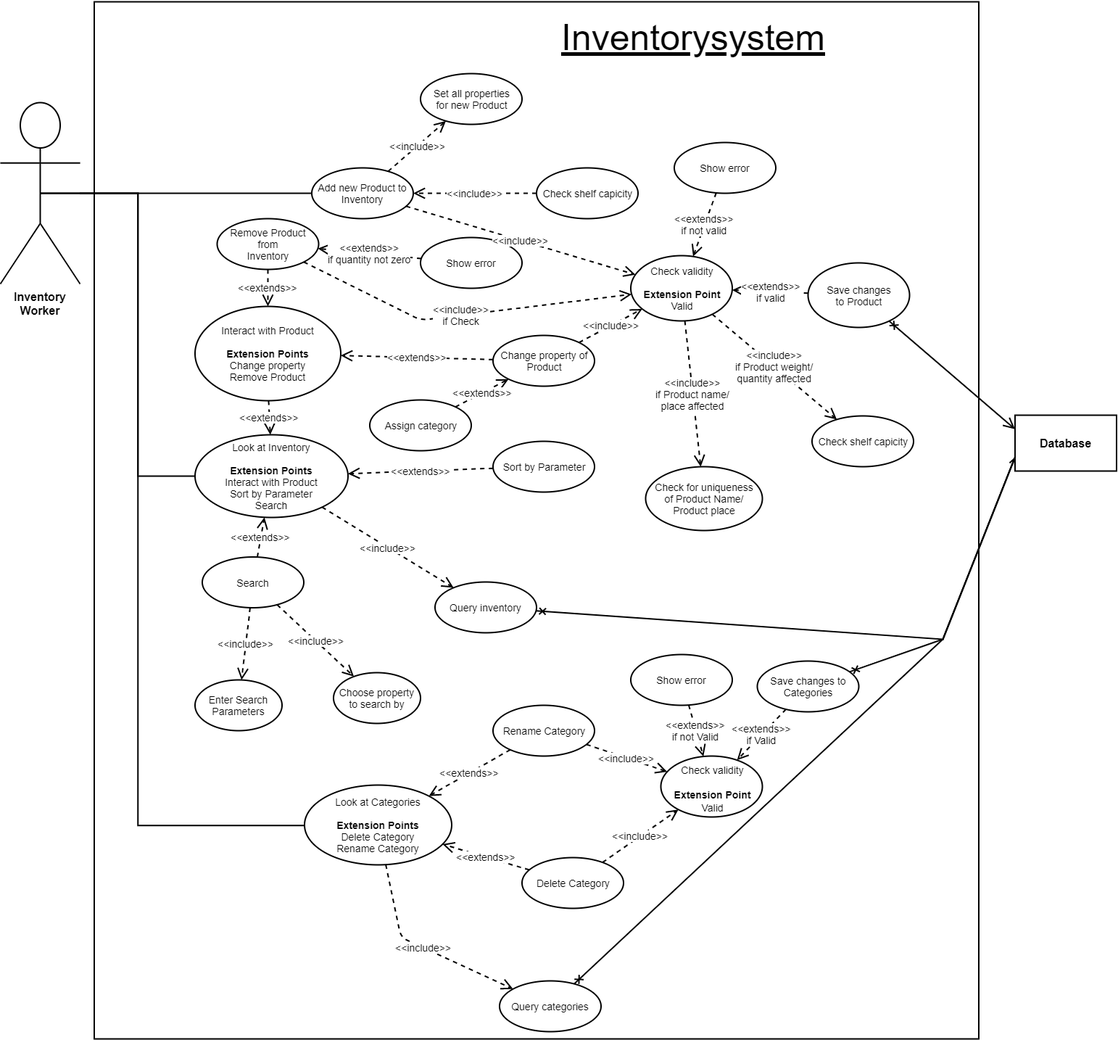
The draw.io diagram dev/models/Use_Case.png in callidaria/pen-testing, before a commit. Source tidied: cells renumbered, new cells last; positions are measured from the earlier drawing's top-left corner, leaving out a move shared by most shapes.
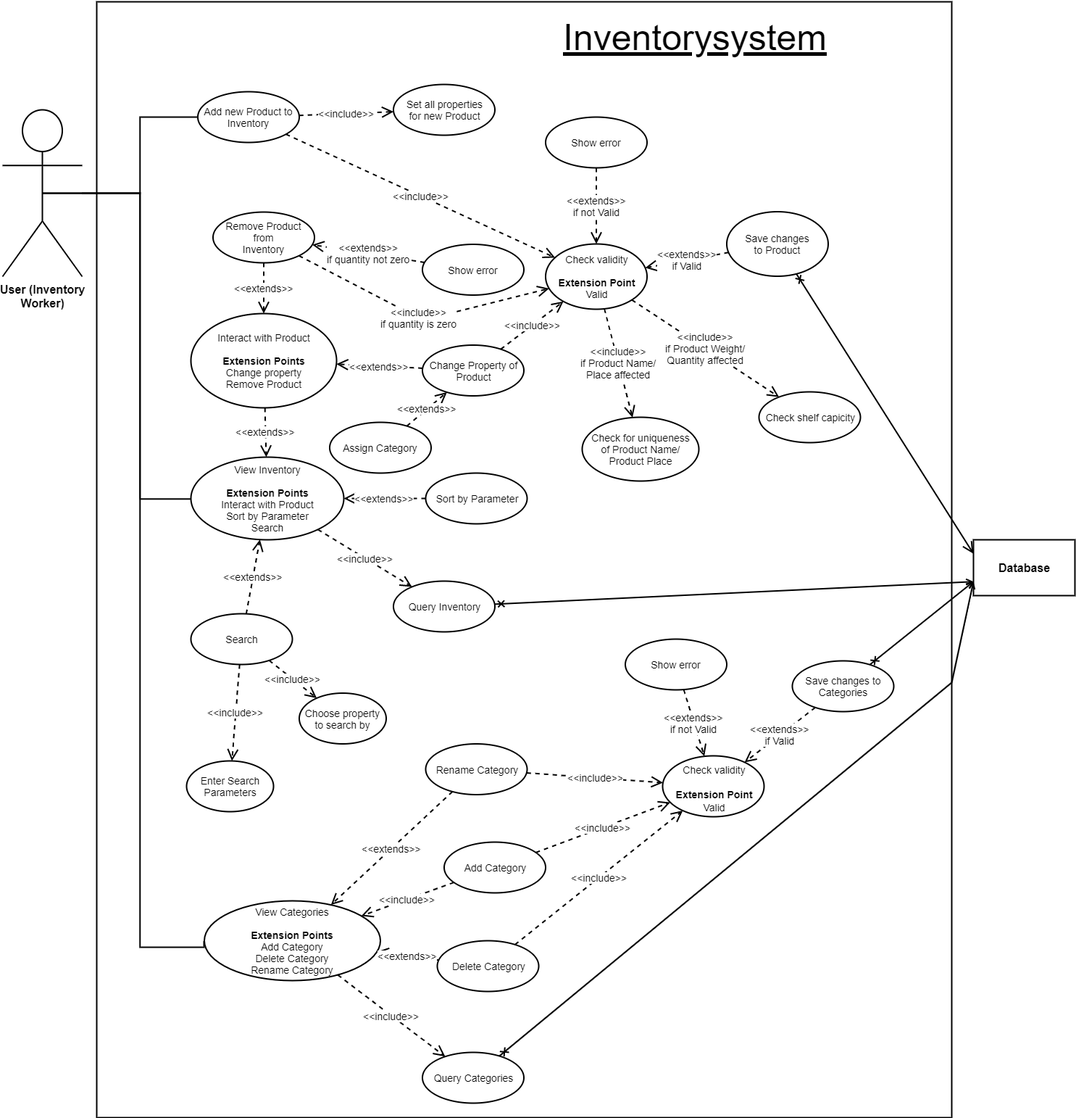
Above is the later version.

Diff of the diagram source:
```diff
@@ -5,3 +5,3 @@
     <mxCell id="2" value="&lt;font style=&quot;font-size: 14px&quot;&gt;" style="rounded=0;whiteSpace=wrap;html=1;strokeWidth=2;" parent="1" vertex="1">
-      <mxGeometry x="129.5" y="1" width="1220" height="1430" as="geometry" />
+      <mxGeometry x="130" y="1" width="1180" height="1539" as="geometry" />
     </mxCell>
@@ -11,3 +11,8 @@
     <mxCell id="4" style="edgeStyle=orthogonalEdgeStyle;rounded=0;jettySize=auto;html=1;entryX=0;entryY=0.5;entryDx=0;entryDy=0;endArrow=none;endFill=0;strokeWidth=2;" parent="1" edge="1" source="6" target="15">
-      <mxGeometry relative="1" as="geometry" />
+      <mxGeometry relative="1" as="geometry">
+        <Array as="points">
+          <mxPoint x="190" y="265" />
+          <mxPoint x="190" y="686" />
+        </Array>
+      </mxGeometry>
     </mxCell>
@@ -16,3 +21,4 @@
         <Array as="points">
-          <mxPoint x="189.5" y="1136" />
+          <mxPoint x="190" y="265" />
+          <mxPoint x="190" y="1305" />
         </Array>
@@ -20,19 +26,13 @@
     </mxCell>
-    <mxCell id="6" value="&lt;font style=&quot;font-size: 16px&quot;&gt;&lt;b&gt;Inventory&lt;br&gt;Worker&lt;/b&gt;&lt;/font&gt;" style="shape=umlActor;verticalLabelPosition=bottom;labelBackgroundColor=#ffffff;verticalAlign=top;html=1;outlineConnect=0;strokeWidth=2;" parent="1" vertex="1">
-      <mxGeometry y="140" width="110" height="250" as="geometry" />
+    <mxCell id="6" value="&lt;font style=&quot;font-size: 16px&quot;&gt;&lt;b&gt;User (Inventory&lt;br&gt;Worker)&lt;/b&gt;&lt;/font&gt;" style="shape=umlActor;verticalLabelPosition=bottom;labelBackgroundColor=#ffffff;verticalAlign=top;html=1;outlineConnect=0;strokeWidth=2;" parent="1" vertex="1">
+      <mxGeometry y="150" width="110" height="230" as="geometry" />
     </mxCell>
     <mxCell id="7" value="&lt;font style=&quot;font-size: 14px&quot;&gt;Add new Product to&lt;br&gt;Inventory&lt;/font&gt;" style="ellipse;whiteSpace=wrap;html=1;strokeWidth=2;" parent="1" vertex="1">
-      <mxGeometry x="429.5" y="230" width="140" height="70" as="geometry" />
+      <mxGeometry x="269.5" y="125" width="140" height="70" as="geometry" />
     </mxCell>
     <mxCell id="8" value="&lt;font style=&quot;font-size: 14px&quot;&gt;Set all properties&lt;br&gt;for new Product" style="ellipse;whiteSpace=wrap;html=1;strokeWidth=2;" parent="1" vertex="1">
-      <mxGeometry x="579.5" y="100" width="140" height="70" as="geometry" />
+      <mxGeometry x="539.5" y="115" width="140" height="70" as="geometry" />
     </mxCell>
-    <mxCell id="9" value="&lt;font style=&quot;font-size: 14px&quot;&gt;&amp;lt;&amp;lt;include&amp;gt;&amp;gt;" style="endArrow=open;endSize=12;dashed=1;html=1;strokeWidth=2;" parent="1" edge="1" source="10" target="7">
-      <mxGeometry relative="1" as="geometry" />
-    </mxCell>
-    <mxCell id="10" value="&lt;font style=&quot;font-size: 14px&quot;&gt;Check shelf capicity" style="ellipse;whiteSpace=wrap;html=1;strokeWidth=2;" parent="1" vertex="1">
-      <mxGeometry x="739.5" y="230" width="140" height="70" as="geometry" />
-    </mxCell>
     <mxCell id="11" value="&lt;font style=&quot;font-size: 14px&quot;&gt;Remove Product from&lt;br&gt;Inventory" style="ellipse;whiteSpace=wrap;html=1;strokeWidth=2;" parent="1" vertex="1">
-      <mxGeometry x="299" y="300" width="140" height="70" as="geometry" />
+      <mxGeometry x="290.5" y="291" width="140" height="70" as="geometry" />
     </mxCell>
@@ -42,12 +42,12 @@
     <mxCell id="13" value="&lt;font style=&quot;font-size: 14px&quot;&gt;Show error" style="ellipse;whiteSpace=wrap;html=1;strokeWidth=2;" parent="1" vertex="1">
-      <mxGeometry x="579.5" y="326" width="140" height="70" as="geometry" />
+      <mxGeometry x="579.5" y="335.5" width="140" height="70" as="geometry" />
     </mxCell>
     <mxCell id="14" value="&lt;font style=&quot;font-size: 14px&quot;&gt;Search" style="ellipse;whiteSpace=wrap;html=1;strokeWidth=2;" parent="1" vertex="1">
-      <mxGeometry x="278.5" y="766.5" width="140" height="70" as="geometry" />
+      <mxGeometry x="260" y="845" width="140" height="70" as="geometry" />
     </mxCell>
-    <mxCell id="15" value="&lt;font style=&quot;font-size: 14px&quot;&gt;Look at Inventory&lt;br&gt;&lt;br&gt;&lt;b&gt;Extension Points&lt;/b&gt;&lt;br&gt;Interact with Product&lt;br&gt;Sort by Parameter&lt;br&gt;Search" style="ellipse;whiteSpace=wrap;html=1;strokeWidth=2;" parent="1" vertex="1">
-      <mxGeometry x="268.5" y="598" width="211" height="114" as="geometry" />
+    <mxCell id="15" value="&lt;font style=&quot;font-size: 14px&quot;&gt;View Inventory&lt;br&gt;&lt;br&gt;&lt;b&gt;Extension Points&lt;/b&gt;&lt;br&gt;Interact with Product&lt;br&gt;Sort by Parameter&lt;br&gt;Search&lt;/font&gt;" style="ellipse;whiteSpace=wrap;html=1;strokeWidth=2;" parent="1" vertex="1">
+      <mxGeometry x="260" y="629" width="211" height="114" as="geometry" />
     </mxCell>
     <mxCell id="16" value="&lt;font style=&quot;font-size: 14px&quot;&gt;Interact with Product&lt;br&gt;&lt;br&gt;&lt;b&gt;Extension Points&lt;/b&gt;&lt;br&gt;Change property&lt;br&gt;Remove Product" style="ellipse;whiteSpace=wrap;html=1;strokeWidth=2;" parent="1" vertex="1">
-      <mxGeometry x="268.5" y="421" width="201" height="130" as="geometry" />
+      <mxGeometry x="260" y="431" width="201" height="130" as="geometry" />
     </mxCell>
@@ -60,3 +60,3 @@
     <mxCell id="19" value="&lt;font style=&quot;font-size: 14px&quot;&gt;Enter Search Parameters" style="ellipse;whiteSpace=wrap;html=1;strokeWidth=2;" parent="1" vertex="1">
-      <mxGeometry x="268.5" y="936" width="120" height="70" as="geometry" />
+      <mxGeometry x="254" y="1048" width="120" height="70" as="geometry" />
     </mxCell>
@@ -66,9 +66,9 @@
     <mxCell id="21" value="&lt;font style=&quot;font-size: 14px&quot;&gt;Choose property to search by" style="ellipse;whiteSpace=wrap;html=1;strokeWidth=2;" parent="1" vertex="1">
-      <mxGeometry x="459.5" y="926" width="120" height="70" as="geometry" />
+      <mxGeometry x="409.5" y="954.5" width="120" height="70" as="geometry" />
     </mxCell>
-    <mxCell id="22" value="&lt;font style=&quot;font-size: 14px&quot;&gt;Change property of&lt;br&gt;Product" style="ellipse;whiteSpace=wrap;html=1;strokeWidth=2;" parent="1" vertex="1">
-      <mxGeometry x="679.5" y="461" width="140" height="70" as="geometry" />
+    <mxCell id="22" value="&lt;font style=&quot;font-size: 14px&quot;&gt;Change Property of&lt;br&gt;Product&lt;/font&gt;" style="ellipse;whiteSpace=wrap;html=1;strokeWidth=2;" parent="1" vertex="1">
+      <mxGeometry x="579.5" y="474.5" width="140" height="70" as="geometry" />
     </mxCell>
     <mxCell id="23" value="&lt;font style=&quot;font-size: 14px&quot;&gt;Sort by Parameter" style="ellipse;whiteSpace=wrap;html=1;strokeWidth=2;" parent="1" vertex="1">
-      <mxGeometry x="679.5" y="607" width="140" height="70" as="geometry" />
+      <mxGeometry x="584" y="651" width="140" height="70" as="geometry" />
     </mxCell>
@@ -83,3 +83,3 @@
     </mxCell>
-    <mxCell id="27" value="&lt;font style=&quot;font-size: 14px&quot;&gt;&amp;lt;&amp;lt;extends&amp;gt;&amp;gt;&lt;br&gt;if valid" style="endArrow=open;endSize=12;dashed=1;html=1;strokeWidth=2;" parent="1" edge="1" source="30" target="28">
+    <mxCell id="27" value="&lt;font style=&quot;font-size: 14px&quot;&gt;&amp;lt;&amp;lt;extends&amp;gt;&amp;gt;&lt;br&gt;if Valid&lt;/font&gt;" style="endArrow=open;endSize=12;dashed=1;html=1;strokeWidth=2;" parent="1" edge="1" source="30" target="28">
       <mxGeometry relative="1" as="geometry" />
@@ -87,3 +87,3 @@
     <mxCell id="28" value="&lt;font style=&quot;font-size: 14px&quot;&gt;Check validity&lt;br&gt;&lt;br&gt;&lt;b&gt;Extension Point&lt;/b&gt;&lt;br&gt;Valid" style="ellipse;whiteSpace=wrap;html=1;strokeWidth=2;" parent="1" vertex="1">
-      <mxGeometry x="869.5" y="351" width="140" height="90" as="geometry" />
+      <mxGeometry x="749.5" y="335" width="140" height="90" as="geometry" />
     </mxCell>
@@ -93,3 +93,3 @@
     <mxCell id="30" value="&lt;font style=&quot;font-size: 14px&quot;&gt;Save changes&lt;br&gt;to Product" style="ellipse;whiteSpace=wrap;html=1;strokeWidth=2;" parent="1" vertex="1">
-      <mxGeometry x="1114" y="361" width="140" height="89" as="geometry" />
+      <mxGeometry x="999.5" y="290.5" width="140" height="89" as="geometry" />
     </mxCell>
@@ -98,6 +98,6 @@
     </mxCell>
-    <mxCell id="32" value="&lt;font style=&quot;font-size: 14px&quot;&gt;Check for uniqueness&lt;br&gt;of Product Name/ Product place" style="ellipse;whiteSpace=wrap;html=1;strokeWidth=2;" parent="1" vertex="1">
-      <mxGeometry x="890" y="642" width="161" height="88" as="geometry" />
+    <mxCell id="32" value="&lt;font style=&quot;font-size: 14px&quot;&gt;Check for uniqueness&lt;br&gt;of Product Name/ Product Place&lt;/font&gt;" style="ellipse;whiteSpace=wrap;html=1;strokeWidth=2;" parent="1" vertex="1">
+      <mxGeometry x="800" y="574" width="161" height="88" as="geometry" />
     </mxCell>
-    <mxCell id="33" value="&lt;font style=&quot;font-size: 14px&quot;&gt;&amp;lt;&amp;lt;include&amp;gt;&amp;gt;&lt;br&gt;if Product name/&lt;br&gt;place affected" style="endArrow=open;endSize=12;dashed=1;html=1;strokeWidth=2;" parent="1" edge="1" source="28" target="32">
+    <mxCell id="33" value="&lt;font style=&quot;font-size: 14px&quot;&gt;&amp;lt;&amp;lt;include&amp;gt;&amp;gt;&lt;br&gt;if Product Name/&lt;br&gt;Place affected&lt;/font&gt;" style="endArrow=open;endSize=12;dashed=1;html=1;strokeWidth=2;" parent="1" edge="1" source="28" target="32">
       <mxGeometry relative="1" as="geometry" />
@@ -105,5 +105,5 @@
     <mxCell id="34" value="&lt;font style=&quot;font-size: 14px&quot;&gt;Check shelf capicity" style="ellipse;whiteSpace=wrap;html=1;strokeWidth=2;" parent="1" vertex="1">
-      <mxGeometry x="1119.5" y="572" width="140" height="70" as="geometry" />
+      <mxGeometry x="1044" y="539" width="140" height="70" as="geometry" />
     </mxCell>
-    <mxCell id="35" value="&lt;font style=&quot;font-size: 14px&quot;&gt;&amp;lt;&amp;lt;include&amp;gt;&amp;gt;&lt;br&gt;if Product weight/&lt;br&gt;quantity affected" style="endArrow=open;endSize=12;dashed=1;html=1;strokeWidth=2;" parent="1" edge="1" source="28" target="34">
+    <mxCell id="35" value="&lt;font style=&quot;font-size: 14px&quot;&gt;&amp;lt;&amp;lt;include&amp;gt;&amp;gt;&lt;br&gt;if Product Weight/&lt;br&gt;Quantity affected&lt;/font&gt;" style="endArrow=open;endSize=12;dashed=1;html=1;strokeWidth=2;" parent="1" edge="1" source="28" target="34">
       <mxGeometry relative="1" as="geometry" />
@@ -111,16 +111,12 @@
     <mxCell id="36" value="&lt;font style=&quot;font-size: 14px&quot;&gt;Show error" style="ellipse;whiteSpace=wrap;html=1;strokeWidth=2;" parent="1" vertex="1">
-      <mxGeometry x="929.5" y="195" width="140" height="70" as="geometry" />
+      <mxGeometry x="749.5" y="160" width="140" height="70" as="geometry" />
     </mxCell>
-    <mxCell id="37" value="&lt;font style=&quot;font-size: 14px&quot;&gt;&amp;lt;&amp;lt;extends&amp;gt;&amp;gt;&lt;br&gt;if not valid" style="endArrow=open;endSize=12;dashed=1;html=1;strokeWidth=2;" parent="1" edge="1" source="36" target="28">
+    <mxCell id="37" value="&lt;font style=&quot;font-size: 14px&quot;&gt;&amp;lt;&amp;lt;extends&amp;gt;&amp;gt;&lt;br&gt;if not Valid&lt;/font&gt;" style="endArrow=open;endSize=12;dashed=1;html=1;strokeWidth=2;" parent="1" edge="1" source="36" target="28">
       <mxGeometry relative="1" as="geometry" />
     </mxCell>
-    <mxCell id="38" style="edgeStyle=none;rounded=0;jettySize=auto;html=1;startArrow=cross;startFill=0;endArrow=none;endFill=0;strokeWidth=2;entryX=0;entryY=0.75;entryDx=0;entryDy=0;" parent="1" edge="1" source="41" target="39">
-      <mxGeometry relative="1" as="geometry">
-        <Array as="points">
-          <mxPoint x="1300" y="880" />
-        </Array>
-      </mxGeometry>
+    <mxCell id="38" style="edgeStyle=none;rounded=0;jettySize=auto;html=1;startArrow=cross;startFill=0;endArrow=open;endFill=0;strokeWidth=2;entryX=0;entryY=0.75;entryDx=0;entryDy=0;" parent="1" edge="1" source="41" target="39">
+      <mxGeometry relative="1" as="geometry" />
     </mxCell>
     <mxCell id="39" value="&lt;font style=&quot;font-size: 16px&quot;&gt;&lt;b&gt;Database&lt;/b&gt;&lt;/font&gt;" style="html=1;strokeWidth=2;" parent="1" vertex="1">
-      <mxGeometry x="1399.5" y="571" width="140" height="77" as="geometry" />
+      <mxGeometry x="1340" y="743" width="140" height="77" as="geometry" />
     </mxCell>
@@ -129,4 +125,4 @@
     </mxCell>
-    <mxCell id="41" value="&lt;font style=&quot;font-size: 14px&quot;&gt;Query inventory" style="ellipse;whiteSpace=wrap;html=1;strokeWidth=2;" parent="1" vertex="1">
-      <mxGeometry x="599.5" y="801" width="140" height="70" as="geometry" />
+    <mxCell id="41" value="&lt;font style=&quot;font-size: 14px&quot;&gt;Query Inventory&lt;/font&gt;" style="ellipse;whiteSpace=wrap;html=1;strokeWidth=2;" parent="1" vertex="1">
+      <mxGeometry x="539.5" y="800" width="140" height="70" as="geometry" />
     </mxCell>
@@ -138,10 +134,10 @@
     </mxCell>
-    <mxCell id="44" value="&lt;font style=&quot;font-size: 14px&quot;&gt;Look at Categories&lt;br&gt;&lt;br&gt;&lt;b&gt;Extension Points&lt;br&gt;&lt;/b&gt;Delete Category&lt;br&gt;Rename Category" style="ellipse;whiteSpace=wrap;html=1;strokeWidth=2;" parent="1" vertex="1">
-      <mxGeometry x="419.5" y="1081" width="203" height="110" as="geometry" />
+    <mxCell id="44" value="&lt;font style=&quot;font-size: 14px&quot;&gt;View Categories&lt;br&gt;&lt;br&gt;&lt;b&gt;Extension Points&lt;/b&gt;&lt;br&gt;Add Category&lt;br&gt;Delete Category&lt;br&gt;Rename Category&lt;/font&gt;" style="ellipse;whiteSpace=wrap;html=1;strokeWidth=2;" parent="1" vertex="1">
+      <mxGeometry x="278.5" y="1241" width="243" height="110" as="geometry" />
     </mxCell>
     <mxCell id="45" value="&lt;font style=&quot;font-size: 14px&quot;&gt;Rename Category" style="ellipse;whiteSpace=wrap;html=1;strokeWidth=2;" parent="1" vertex="1">
-      <mxGeometry x="679.5" y="971" width="140" height="70" as="geometry" />
+      <mxGeometry x="584" y="1024.5" width="140" height="70" as="geometry" />
     </mxCell>
     <mxCell id="46" value="&lt;font style=&quot;font-size: 14px&quot;&gt;Delete Category" style="ellipse;whiteSpace=wrap;html=1;strokeWidth=2;" parent="1" vertex="1">
-      <mxGeometry x="719.5" y="1181" width="140" height="70" as="geometry" />
+      <mxGeometry x="600" y="1296" width="140" height="70" as="geometry" />
     </mxCell>
@@ -156,11 +152,7 @@
     </mxCell>
-    <mxCell id="50" value="&lt;font style=&quot;font-size: 14px&quot;&gt;Query categories" style="ellipse;whiteSpace=wrap;html=1;strokeWidth=2;" parent="1" vertex="1">
-      <mxGeometry x="688.5" y="1351" width="140" height="70" as="geometry" />
+    <mxCell id="50" value="&lt;font style=&quot;font-size: 14px&quot;&gt;Query Categories&lt;/font&gt;" style="ellipse;whiteSpace=wrap;html=1;strokeWidth=2;" parent="1" vertex="1">
+      <mxGeometry x="579.5" y="1450" width="140" height="70" as="geometry" />
     </mxCell>
     <mxCell id="51" value="&lt;font style=&quot;font-size: 14px&quot;&gt;&amp;lt;&amp;lt;include&amp;gt;&amp;gt;" style="endArrow=open;endSize=12;dashed=1;html=1;strokeWidth=2;" parent="1" edge="1" source="44" target="50">
-      <mxGeometry relative="1" as="geometry">
-        <Array as="points">
-          <mxPoint x="552.5" y="1291" />
-        </Array>
-      </mxGeometry>
+      <mxGeometry relative="1" as="geometry" />
     </mxCell>
@@ -172,6 +164,6 @@
     </mxCell>
-    <mxCell id="54" style="edgeStyle=none;rounded=0;jettySize=auto;html=1;startArrow=cross;startFill=0;endArrow=none;endFill=0;strokeWidth=2;entryX=0;entryY=0.75;entryDx=0;entryDy=0;" parent="1" edge="1" source="50" target="39">
+    <mxCell id="54" style="edgeStyle=none;rounded=0;jettySize=auto;html=1;startArrow=cross;startFill=0;endArrow=open;endFill=0;strokeWidth=2;entryX=0;entryY=0.75;entryDx=0;entryDy=0;" parent="1" edge="1" source="50" target="39">
       <mxGeometry relative="1" as="geometry">
         <Array as="points">
-          <mxPoint x="1300" y="880" />
+          <mxPoint x="1310" y="940" />
         </Array>
@@ -180,7 +172,3 @@
     <mxCell id="55" style="edgeStyle=none;rounded=0;jettySize=auto;html=1;startArrow=cross;startFill=0;endArrow=open;endFill=0;strokeWidth=2;entryX=0;entryY=0.75;entryDx=0;entryDy=0;" parent="1" edge="1" source="61" target="39">
-      <mxGeometry relative="1" as="geometry">
-        <Array as="points">
-          <mxPoint x="1300" y="880" />
-        </Array>
-      </mxGeometry>
+      <mxGeometry relative="1" as="geometry" />
     </mxCell>
@@ -192,3 +180,3 @@
     </mxCell>
-    <mxCell id="58" value="&lt;font style=&quot;font-size: 14px&quot;&gt;&amp;lt;&amp;lt;include&amp;gt;&amp;gt;&lt;br&gt;if Check" style="endArrow=open;endSize=12;dashed=1;html=1;strokeWidth=2;" parent="1" edge="1" source="11" target="28">
+    <mxCell id="58" value="&lt;font style=&quot;font-size: 14px&quot;&gt;&amp;lt;&amp;lt;include&amp;gt;&amp;gt;&lt;br&gt;if quantity is zero&lt;/font&gt;" style="endArrow=open;endSize=12;dashed=1;html=1;strokeWidth=2;" parent="1" edge="1" source="11" target="28">
       <mxGeometry relative="1" as="geometry">
@@ -199,4 +187,4 @@
     </mxCell>
-    <mxCell id="59" value="&lt;font style=&quot;font-size: 14px&quot;&gt;Assign category" style="ellipse;whiteSpace=wrap;html=1;strokeWidth=2;" parent="1" vertex="1">
-      <mxGeometry x="509.5" y="550" width="140" height="70" as="geometry" />
+    <mxCell id="59" value="&lt;font style=&quot;font-size: 14px&quot;&gt;Assign Category&lt;/font&gt;" style="ellipse;whiteSpace=wrap;html=1;strokeWidth=2;" parent="1" vertex="1">
+      <mxGeometry x="451.5" y="581" width="140" height="70" as="geometry" />
     </mxCell>
@@ -206,3 +194,3 @@
     <mxCell id="61" value="&lt;font style=&quot;font-size: 14px&quot;&gt;Save changes to Categories" style="ellipse;whiteSpace=wrap;html=1;strokeWidth=2;" parent="1" vertex="1">
-      <mxGeometry x="1044" y="910" width="140" height="70" as="geometry" />
+      <mxGeometry x="1090" y="910" width="140" height="70" as="geometry" />
     </mxCell>
@@ -212,3 +200,3 @@
     <mxCell id="63" value="&lt;font style=&quot;font-size: 14px&quot;&gt;Show error&lt;/font&gt;" style="ellipse;whiteSpace=wrap;html=1;strokeWidth=2;" parent="1" vertex="1">
-      <mxGeometry x="869.5" y="901" width="140" height="70" as="geometry" />
+      <mxGeometry x="859.5" y="880" width="140" height="70" as="geometry" />
     </mxCell>
@@ -217,2 +205,11 @@
     </mxCell>
+    <mxCell id="65" value="&lt;font style=&quot;font-size: 14px&quot;&gt;Add Category&lt;/font&gt;" style="ellipse;whiteSpace=wrap;html=1;strokeWidth=2;" parent="1" vertex="1">
+      <mxGeometry x="609.5" y="1160" width="140" height="70" as="geometry" />
+    </mxCell>
+    <mxCell id="66" value="&lt;font style=&quot;font-size: 14px&quot;&gt;&amp;lt;&amp;lt;include&amp;gt;&amp;gt;" style="endArrow=open;endSize=12;dashed=1;html=1;strokeWidth=2;" parent="1" edge="1" source="65" target="49">
+      <mxGeometry relative="1" as="geometry" />
+    </mxCell>
+    <mxCell id="67" value="&lt;font style=&quot;font-size: 14px&quot;&gt;&amp;lt;&amp;lt;include&amp;gt;&amp;gt;" style="endArrow=open;endSize=12;dashed=1;html=1;strokeWidth=2;" parent="1" edge="1" source="65" target="44">
+      <mxGeometry relative="1" as="geometry" />
+    </mxCell>
   </root>
```
